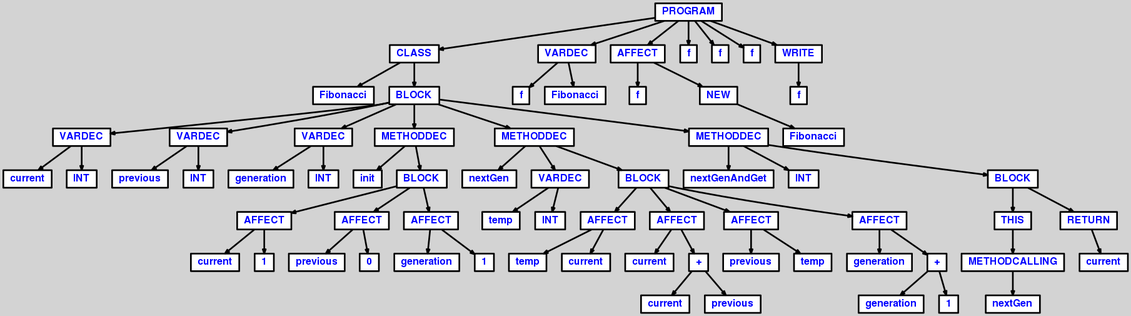
The Graphviz diagram AST/ASTprogtestlvl3.png in AOSauron/compiler-clooc, before a commit. Its source is kept beside it as AST/ASTprogtestlvl3.dot. Source of this version:
```dot
digraph {

	ordering=out;
	ranksep=.4;
	bgcolor="lightgrey"; node [shape=box, fixedsize=false, fontsize=12, fontname="Helvetica-bold", fontcolor="blue"
		width=.25, height=.25, color="black", fillcolor="white", style="filled, solid, bold"];
	edge [arrowsize=.5, color="black", style="bold"]

  n0 [label="PROGRAM"];
  n1 [label="CLASS"];
  n1 [label="CLASS"];
  n2 [label="Fibonacci"];
  n3 [label="BLOCK"];
  n3 [label="BLOCK"];
  n4 [label="VARDEC"];
  n4 [label="VARDEC"];
  n5 [label="current"];
  n6 [label="INT"];
  n7 [label="VARDEC"];
  n7 [label="VARDEC"];
  n8 [label="previous"];
  n9 [label="INT"];
  n10 [label="VARDEC"];
  n10 [label="VARDEC"];
  n11 [label="generation"];
  n12 [label="INT"];
  n13 [label="METHODDEC"];
  n13 [label="METHODDEC"];
  n14 [label="init"];
  n15 [label="BLOCK"];
  n15 [label="BLOCK"];
  n16 [label="AFFECT"];
  n16 [label="AFFECT"];
  n17 [label="current"];
  n18 [label="1"];
  n19 [label="AFFECT"];
  n19 [label="AFFECT"];
  n20 [label="previous"];
  n21 [label="0"];
  n22 [label="AFFECT"];
  n22 [label="AFFECT"];
  n23 [label="generation"];
  n24 [label="1"];
  n25 [label="METHODDEC"];
  n25 [label="METHODDEC"];
  n26 [label="nextGen"];
  n27 [label="VARDEC"];
  n27 [label="VARDEC"];
  n28 [label="temp"];
  n29 [label="INT"];
  n30 [label="BLOCK"];
  n30 [label="BLOCK"];
  n31 [label="AFFECT"];
  n31 [label="AFFECT"];
  n32 [label="temp"];
  n33 [label="current"];
  n34 [label="AFFECT"];
  n34 [label="AFFECT"];
  n35 [label="current"];
  n36 [label="+"];
  n36 [label="+"];
  n37 [label="current"];
  n38 [label="previous"];
  n39 [label="AFFECT"];
  n39 [label="AFFECT"];
  n40 [label="previous"];
  n41 [label="temp"];
  n42 [label="AFFECT"];
  n42 [label="AFFECT"];
  n43 [label="generation"];
  n44 [label="+"];
  n44 [label="+"];
  n45 [label="generation"];
  n46 [label="1"];
  n47 [label="METHODDEC"];
  n47 [label="METHODDEC"];
  n48 [label="nextGenAndGet"];
  n49 [label="INT"];
  n50 [label="BLOCK"];
  n50 [label="BLOCK"];
  n51 [label="THIS"];
  n51 [label="THIS"];
  n52 [label="METHODCALLING"];
  n52 [label="METHODCALLING"];
  n53 [label="nextGen"];
  n54 [label="RETURN"];
  n54 [label="RETURN"];
  n55 [label="current"];
  n56 [label="VARDEC"];
  n56 [label="VARDEC"];
  n57 [label="f"];
  n58 [label="Fibonacci"];
  n59 [label="AFFECT"];
  n59 [label="AFFECT"];
  n60 [label="f"];
  n61 [label="NEW"];
  n61 [label="NEW"];
  n62 [label="Fibonacci"];
  n63 [label="f"];
  n64 [label="f"];
  n65 [label="f"];
  n66 [label="WRITE"];
  n66 [label="WRITE"];
  n67 [label="f"];

  n0 -> n1 // "PROGRAM" -> "CLASS"
  n1 -> n2 // "CLASS" -> "Fibonacci"
  n1 -> n3 // "CLASS" -> "BLOCK"
  n3 -> n4 // "BLOCK" -> "VARDEC"
  n4 -> n5 // "VARDEC" -> "current"
  n4 -> n6 // "VARDEC" -> "INT"
  n3 -> n7 // "BLOCK" -> "VARDEC"
  n7 -> n8 // "VARDEC" -> "previous"
  n7 -> n9 // "VARDEC" -> "INT"
  n3 -> n10 // "BLOCK" -> "VARDEC"
  n10 -> n11 // "VARDEC" -> "generation"
  n10 -> n12 // "VARDEC" -> "INT"
  n3 -> n13 // "BLOCK" -> "METHODDEC"
  n13 -> n14 // "METHODDEC" -> "init"
  n13 -> n15 // "METHODDEC" -> "BLOCK"
  n15 -> n16 // "BLOCK" -> "AFFECT"
  n16 -> n17 // "AFFECT" -> "current"
  n16 -> n18 // "AFFECT" -> "1"
  n15 -> n19 // "BLOCK" -> "AFFECT"
  n19 -> n20 // "AFFECT" -> "previous"
  n19 -> n21 // "AFFECT" -> "0"
  n15 -> n22 // "BLOCK" -> "AFFECT"
  n22 -> n23 // "AFFECT" -> "generation"
  n22 -> n24 // "AFFECT" -> "1"
  n3 -> n25 // "BLOCK" -> "METHODDEC"
  n25 -> n26 // "METHODDEC" -> "nextGen"
  n25 -> n27 // "METHODDEC" -> "VARDEC"
  n27 -> n28 // "VARDEC" -> "temp"
  n27 -> n29 // "VARDEC" -> "INT"
  n25 -> n30 // "METHODDEC" -> "BLOCK"
  n30 -> n31 // "BLOCK" -> "AFFECT"
  n31 -> n32 // "AFFECT" -> "temp"
  n31 -> n33 // "AFFECT" -> "current"
  n30 -> n34 // "BLOCK" -> "AFFECT"
  n34 -> n35 // "AFFECT" -> "current"
  n34 -> n36 // "AFFECT" -> "+"
  n36 -> n37 // "+" -> "current"
  n36 -> n38 // "+" -> "previous"
  n30 -> n39 // "BLOCK" -> "AFFECT"
  n39 -> n40 // "AFFECT" -> "previous"
  n39 -> n41 // "AFFECT" -> "temp"
  n30 -> n42 // "BLOCK" -> "AFFECT"
  n42 -> n43 // "AFFECT" -> "generation"
  n42 -> n44 // "AFFECT" -> "+"
  n44 -> n45 // "+" -> "generation"
  n44 -> n46 // "+" -> "1"
  n3 -> n47 // "BLOCK" -> "METHODDEC"
  n47 -> n48 // "METHODDEC" -> "nextGenAndGet"
  n47 -> n49 // "METHODDEC" -> "INT"
  n47 -> n50 // "METHODDEC" -> "BLOCK"
  n50 -> n51 // "BLOCK" -> "THIS"
  n51 -> n52 // "THIS" -> "METHODCALLING"
  n52 -> n53 // "METHODCALLING" -> "nextGen"
  n50 -> n54 // "BLOCK" -> "RETURN"
  n54 -> n55 // "RETURN" -> "current"
  n0 -> n56 // "PROGRAM" -> "VARDEC"
  n56 -> n57 // "VARDEC" -> "f"
  n56 -> n58 // "VARDEC" -> "Fibonacci"
  n0 -> n59 // "PROGRAM" -> "AFFECT"
  n59 -> n60 // "AFFECT" -> "f"
  n59 -> n61 // "AFFECT" -> "NEW"
  n61 -> n62 // "NEW" -> "Fibonacci"
  n0 -> n63 // "PROGRAM" -> "f"
  n0 -> n64 // "PROGRAM" -> "f"
  n0 -> n65 // "PROGRAM" -> "f"
  n0 -> n66 // "PROGRAM" -> "WRITE"
  n66 -> n67 // "WRITE" -> "f"

}
```
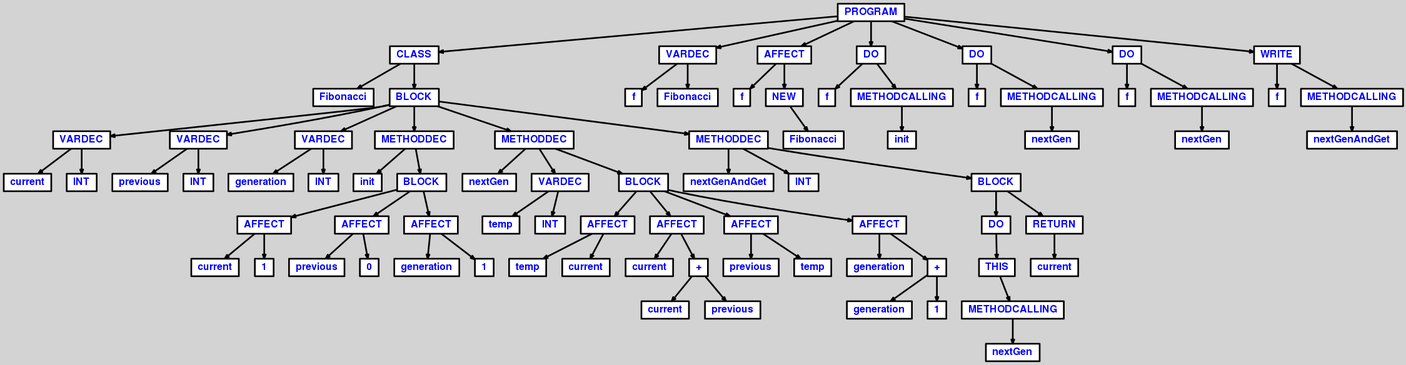
After the change.

What changed in the source:
```diff
@@ -78,30 +78,50 @@
   n49 [label="INT"];
   n50 [label="BLOCK"];
   n50 [label="BLOCK"];
-  n51 [label="THIS"];
-  n51 [label="THIS"];
-  n52 [label="METHODCALLING"];
-  n52 [label="METHODCALLING"];
-  n53 [label="nextGen"];
-  n54 [label="RETURN"];
-  n54 [label="RETURN"];
-  n55 [label="current"];
-  n56 [label="VARDEC"];
-  n56 [label="VARDEC"];
-  n57 [label="f"];
-  n58 [label="Fibonacci"];
-  n59 [label="AFFECT"];
-  n59 [label="AFFECT"];
-  n60 [label="f"];
-  n61 [label="NEW"];
-  n61 [label="NEW"];
-  n62 [label="Fibonacci"];
-  n63 [label="f"];
-  n64 [label="f"];
+  n51 [label="DO"];
+  n51 [label="DO"];
+  n52 [label="THIS"];
+  n52 [label="THIS"];
+  n53 [label="METHODCALLING"];
+  n53 [label="METHODCALLING"];
+  n54 [label="nextGen"];
+  n55 [label="RETURN"];
+  n55 [label="RETURN"];
+  n56 [label="current"];
+  n57 [label="VARDEC"];
+  n57 [label="VARDEC"];
+  n58 [label="f"];
+  n59 [label="Fibonacci"];
+  n60 [label="AFFECT"];
+  n60 [label="AFFECT"];
+  n61 [label="f"];
+  n62 [label="NEW"];
+  n62 [label="NEW"];
+  n63 [label="Fibonacci"];
+  n64 [label="DO"];
+  n64 [label="DO"];
   n65 [label="f"];
-  n66 [label="WRITE"];
-  n66 [label="WRITE"];
-  n67 [label="f"];
+  n66 [label="METHODCALLING"];
+  n66 [label="METHODCALLING"];
+  n67 [label="init"];
+  n68 [label="DO"];
+  n68 [label="DO"];
+  n69 [label="f"];
+  n70 [label="METHODCALLING"];
+  n70 [label="METHODCALLING"];
+  n71 [label="nextGen"];
+  n72 [label="DO"];
+  n72 [label="DO"];
+  n73 [label="f"];
+  n74 [label="METHODCALLING"];
+  n74 [label="METHODCALLING"];
+  n75 [label="nextGen"];
+  n76 [label="WRITE"];
+  n76 [label="WRITE"];
+  n77 [label="f"];
+  n78 [label="METHODCALLING"];
+  n78 [label="METHODCALLING"];
+  n79 [label="nextGenAndGet"];
 
   n0 -> n1 // "PROGRAM" -> "CLASS"
   n1 -> n2 // "CLASS" -> "Fibonacci"
@@ -153,22 +173,34 @@
   n47 -> n48 // "METHODDEC" -> "nextGenAndGet"
   n47 -> n49 // "METHODDEC" -> "INT"
   n47 -> n50 // "METHODDEC" -> "BLOCK"
-  n50 -> n51 // "BLOCK" -> "THIS"
-  n51 -> n52 // "THIS" -> "METHODCALLING"
-  n52 -> n53 // "METHODCALLING" -> "nextGen"
-  n50 -> n54 // "BLOCK" -> "RETURN"
-  n54 -> n55 // "RETURN" -> "current"
-  n0 -> n56 // "PROGRAM" -> "VARDEC"
-  n56 -> n57 // "VARDEC" -> "f"
-  n56 -> n58 // "VARDEC" -> "Fibonacci"
-  n0 -> n59 // "PROGRAM" -> "AFFECT"
-  n59 -> n60 // "AFFECT" -> "f"
-  n59 -> n61 // "AFFECT" -> "NEW"
-  n61 -> n62 // "NEW" -> "Fibonacci"
-  n0 -> n63 // "PROGRAM" -> "f"
-  n0 -> n64 // "PROGRAM" -> "f"
-  n0 -> n65 // "PROGRAM" -> "f"
-  n0 -> n66 // "PROGRAM" -> "WRITE"
-  n66 -> n67 // "WRITE" -> "f"
+  n50 -> n51 // "BLOCK" -> "DO"
+  n51 -> n52 // "DO" -> "THIS"
+  n52 -> n53 // "THIS" -> "METHODCALLING"
+  n53 -> n54 // "METHODCALLING" -> "nextGen"
+  n50 -> n55 // "BLOCK" -> "RETURN"
+  n55 -> n56 // "RETURN" -> "current"
+  n0 -> n57 // "PROGRAM" -> "VARDEC"
+  n57 -> n58 // "VARDEC" -> "f"
+  n57 -> n59 // "VARDEC" -> "Fibonacci"
+  n0 -> n60 // "PROGRAM" -> "AFFECT"
+  n60 -> n61 // "AFFECT" -> "f"
+  n60 -> n62 // "AFFECT" -> "NEW"
+  n62 -> n63 // "NEW" -> "Fibonacci"
+  n0 -> n64 // "PROGRAM" -> "DO"
+  n64 -> n65 // "DO" -> "f"
+  n64 -> n66 // "DO" -> "METHODCALLING"
+  n66 -> n67 // "METHODCALLING" -> "init"
+  n0 -> n68 // "PROGRAM" -> "DO"
+  n68 -> n69 // "DO" -> "f"
+  n68 -> n70 // "DO" -> "METHODCALLING"
+  n70 -> n71 // "METHODCALLING" -> "nextGen"
+  n0 -> n72 // "PROGRAM" -> "DO"
+  n72 -> n73 // "DO" -> "f"
+  n72 -> n74 // "DO" -> "METHODCALLING"
+  n74 -> n75 // "METHODCALLING" -> "nextGen"
+  n0 -> n76 // "PROGRAM" -> "WRITE"
+  n76 -> n77 // "WRITE" -> "f"
+  n76 -> n78 // "WRITE" -> "METHODCALLING"
+  n78 -> n79 // "METHODCALLING" -> "nextGenAndGet"
 
 }
```
